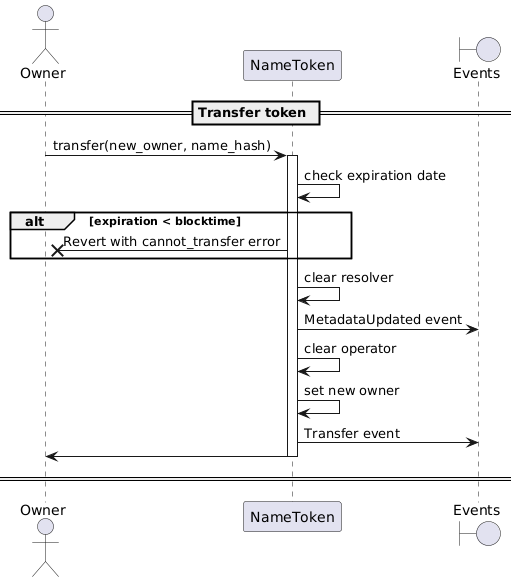
Earlier version of the PlantUML export docs/sequence-diagrams/puml/transfer-domain.png (make-software/cspr-name-contracts).
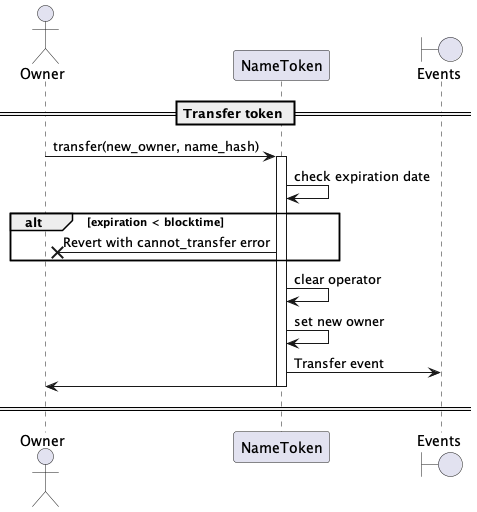
Later version of the same file.

What changed in the source:
```diff
@@ -12,8 +12,6 @@
 alt expiration < blocktime
     NameToken ->X Owner: Revert with cannot_transfer error
 end
-NameToken -> NameToken: clear resolver
-NameToken -> "Events": MetadataUpdated event
 NameToken -> NameToken: clear operator
 NameToken -> NameToken : set new owner
 NameToken -> "Events": Transfer event
```
